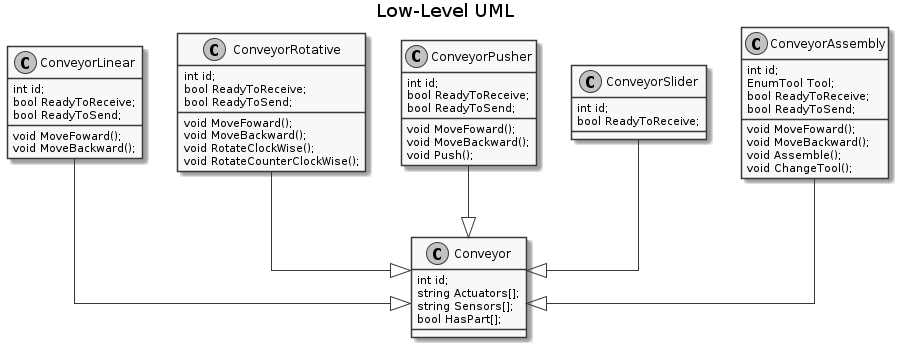
Earlier version of the PlantUML export docs/classes_uml/low_level.png (avrocha/plant-floor-control).
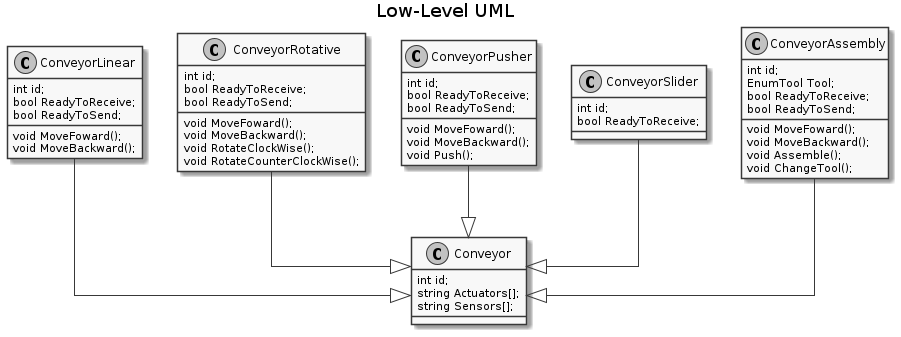
After the change.

Change to the diagram source:
```diff
@@ -9,7 +9,6 @@
   int id;
   string Actuators[];
   string Sensors[];
-  bool HasPart[];
 }
 
 class ConveyorLinear {
```
